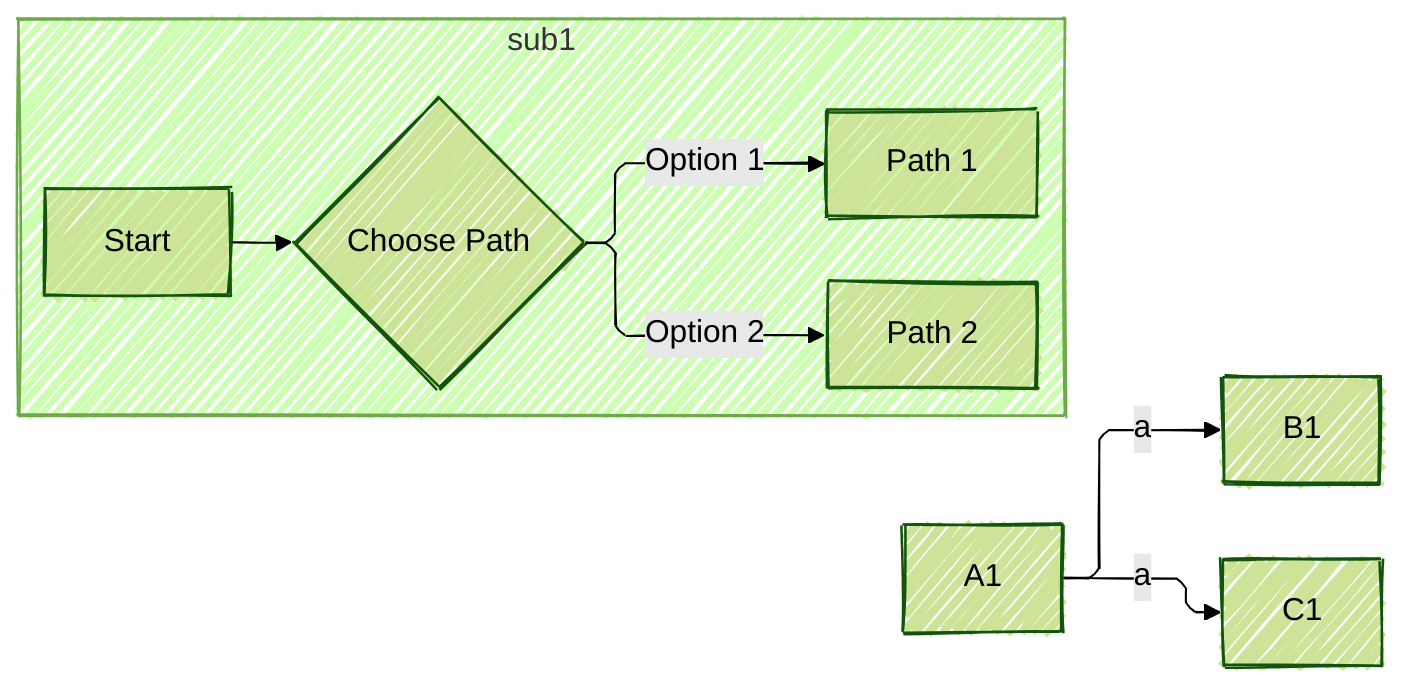
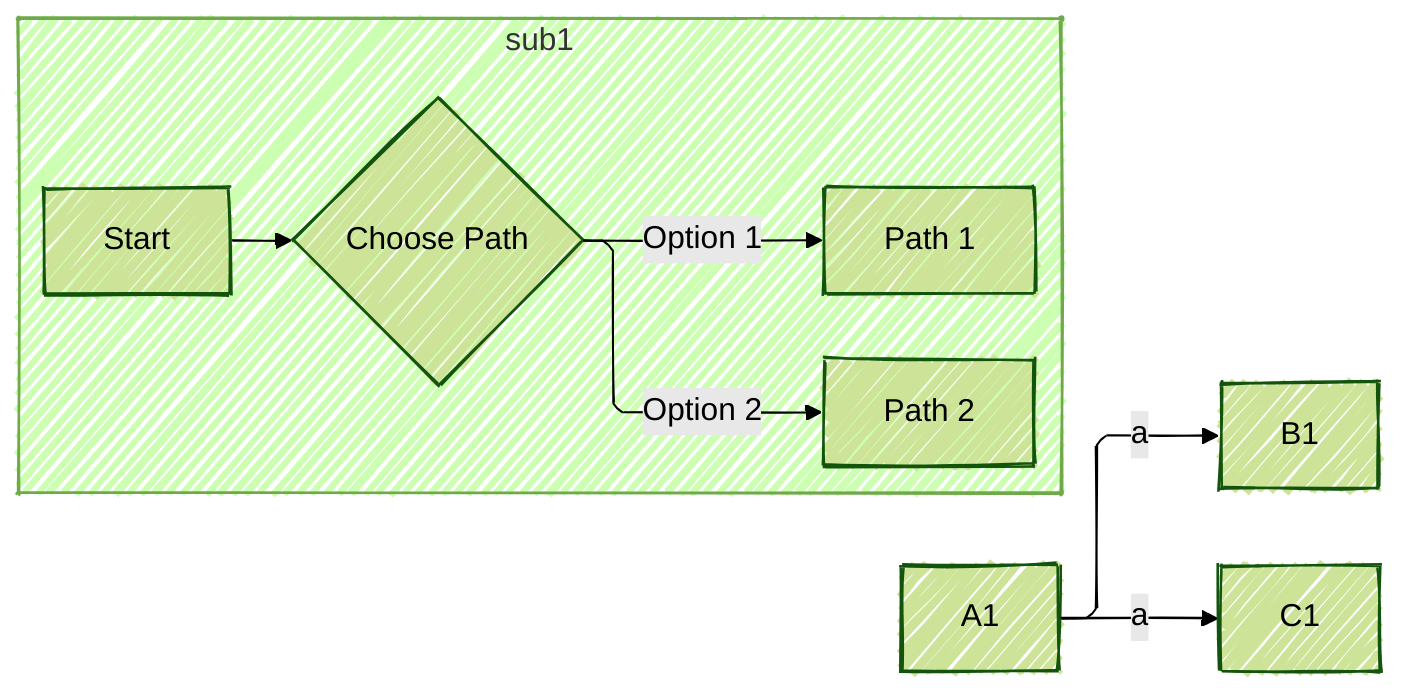
---
config:
    look: handDrawn
    theme: forest
    layout: elk
    elk:
        mergeEdges: true
-         nodePlacementStrategy: LINEAR_SEGMENTS
+ 
    flowchart:
        curve: linear
---
graph LR
A1-->|a|B1 & C1
subgraph sub1
    direction LR
        A[Start] --> B{Choose Path}
        B -->|Option 1| C[Path 1]
        B -->|Option 2| D[Path 2]
end